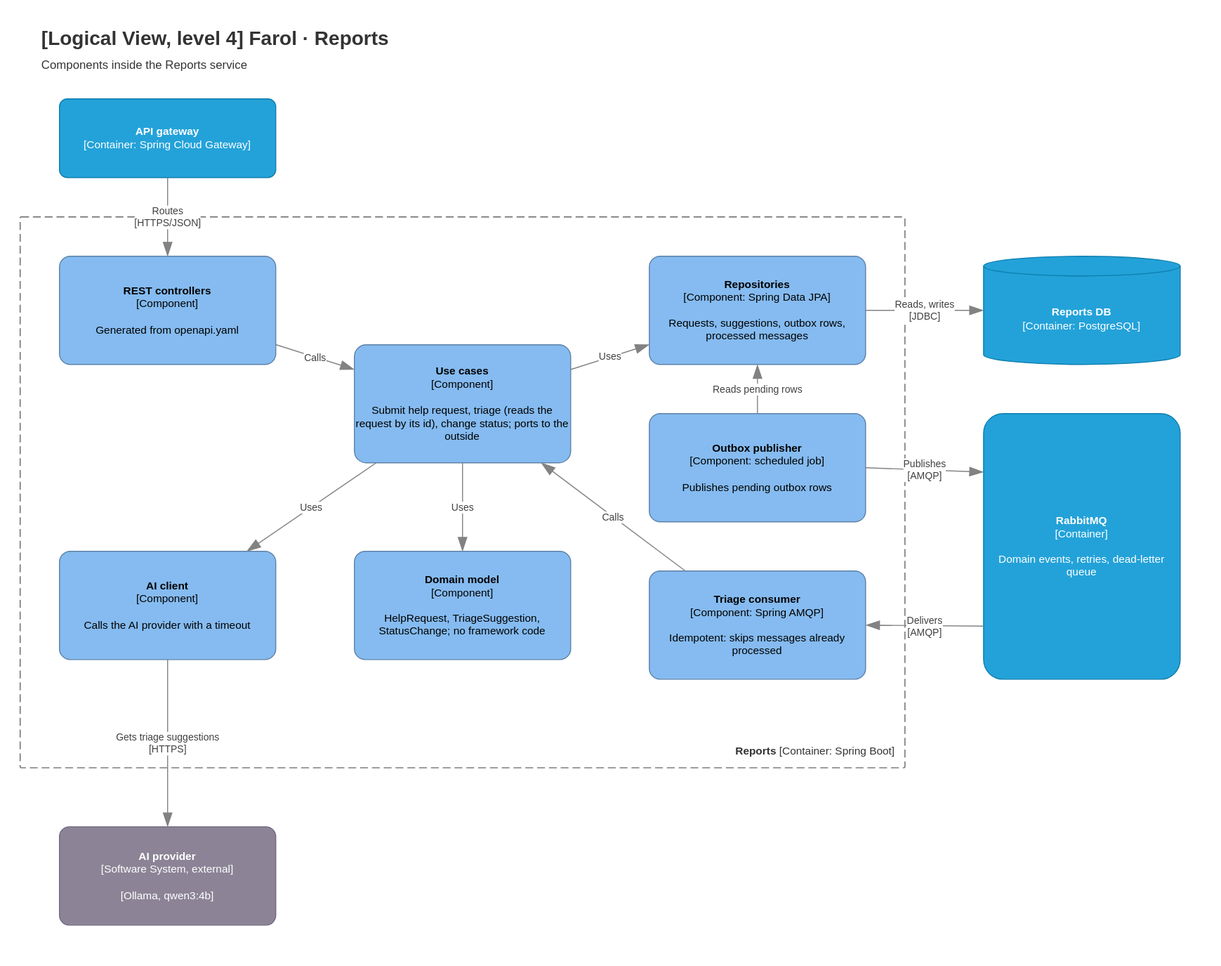
Above: Docs/Technical/diagrams/logical-view-level-4-reports.drawio.svg in tomasoliveira21/LABDSOF (draw.io), before the change. Source tidied: cells renumbered, new cells last; positions are measured from the earlier drawing's top-left corner, leaving out a move shared by most shapes.
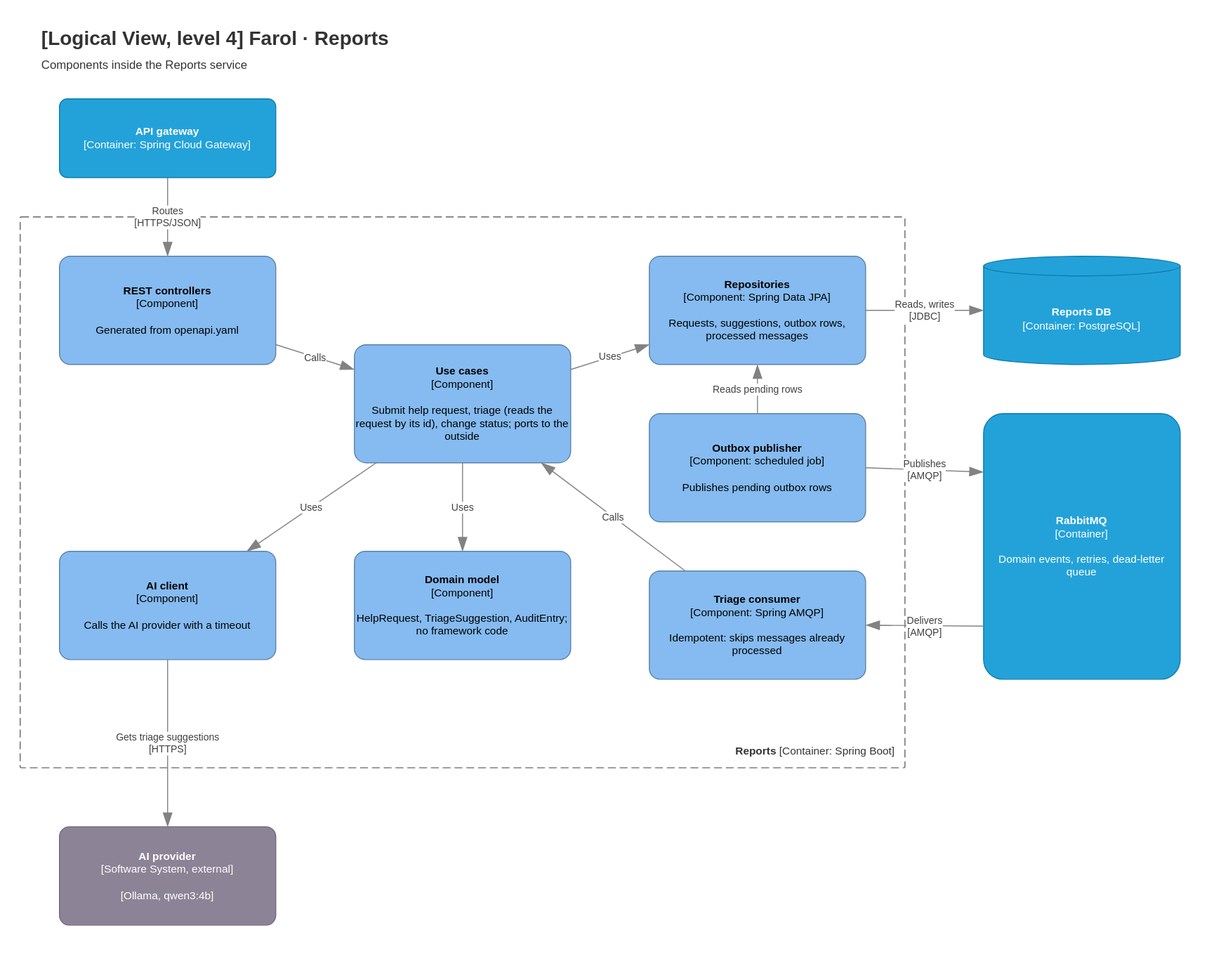
Later version of the same file.

Change to the diagram source:
```diff
@@ -20,7 +20,7 @@
     <mxCell id="7" value="&lt;b&gt;AI client&lt;/b&gt;&lt;div&gt;[Component]&lt;/div&gt;&lt;br&gt;&lt;div&gt;Calls the AI provider with a timeout&lt;/div&gt;" style="rounded=1;whiteSpace=wrap;html=1;fillColor=#85BBF0;fontColor=#000000;arcSize=10;strokeColor=#5D82A8;fontSize=11;" parent="1" vertex="1">
       <mxGeometry x="40" y="540" width="220" height="110" as="geometry" />
     </mxCell>
-    <mxCell id="8" value="&lt;b&gt;Domain model&lt;/b&gt;&lt;div&gt;[Component]&lt;/div&gt;&lt;br&gt;&lt;div&gt;HelpRequest, TriageSuggestion, StatusChange; no framework code&lt;/div&gt;" style="rounded=1;whiteSpace=wrap;html=1;fillColor=#85BBF0;fontColor=#000000;arcSize=10;strokeColor=#5D82A8;fontSize=11;" parent="1" vertex="1">
+    <mxCell id="8" value="&lt;b&gt;Domain model&lt;/b&gt;&lt;div&gt;[Component]&lt;/div&gt;&lt;br&gt;&lt;div&gt;HelpRequest, TriageSuggestion, AuditEntry; no framework code&lt;/div&gt;" style="rounded=1;whiteSpace=wrap;html=1;fillColor=#85BBF0;fontColor=#000000;arcSize=10;strokeColor=#5D82A8;fontSize=11;" parent="1" vertex="1">
       <mxGeometry x="340" y="540" width="220" height="110" as="geometry" />
     </mxCell>
     <mxCell id="9" value="&lt;b&gt;Repositories&lt;/b&gt;&lt;div&gt;[Component: Spring Data JPA]&lt;/div&gt;&lt;br&gt;&lt;div&gt;Requests, suggestions, outbox rows, processed messages&lt;/div&gt;" style="rounded=1;whiteSpace=wrap;html=1;fillColor=#85BBF0;fontColor=#000000;arcSize=10;strokeColor=#5D82A8;fontSize=11;" parent="1" vertex="1">
```
